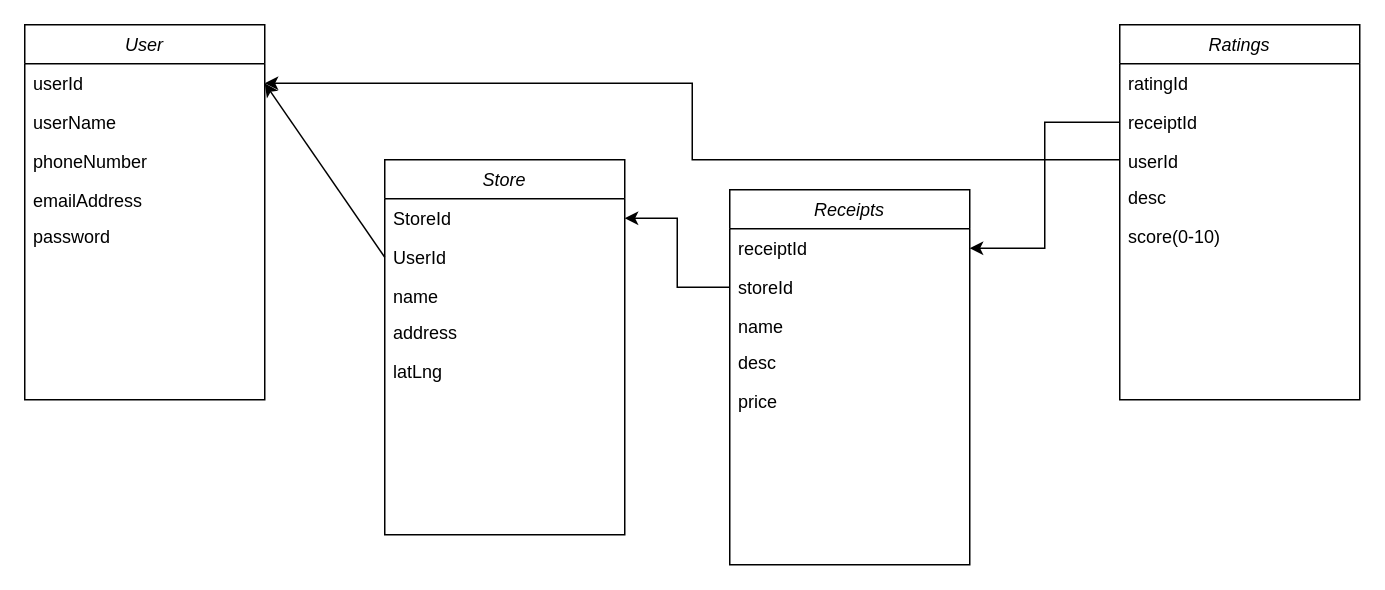
Before: Foodie-Go-Class-Diagram.drawio in BlakePatterson/Foodie-Go, a draw.io diagram. Source tidied: cells renumbered, new cells numbered last; positions are measured from the earlier drawing's top-left corner, leaving out a move shared by most shapes. Both pictures are drawn from the tidied source at 150%, with x=0, y=0 at pixel (24, 24).
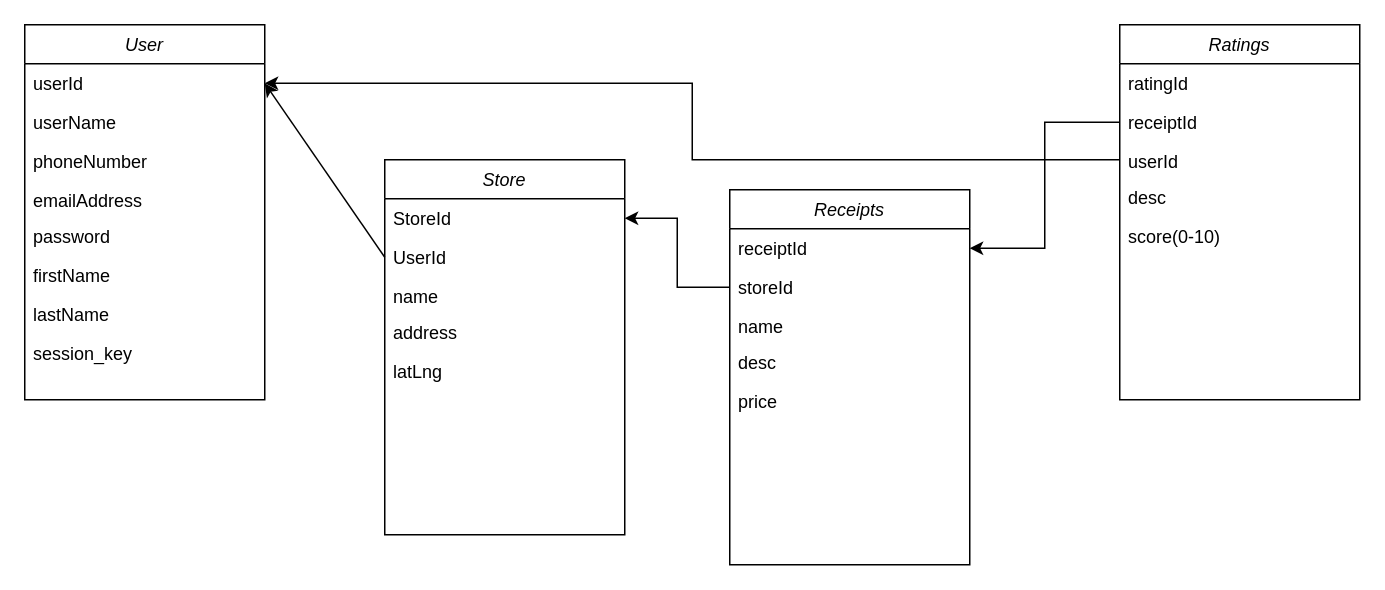
After the change.

Unchanged cells that the change refers to:
```xml
<mxCell id="2" value="User" style="swimlane;fontStyle=2;align=center;verticalAlign=top;horizontal=1;startSize=26;rounded=0;shadow=0;strokeWidth=1;" parent="1" vertex="1">
  <mxGeometry width="160" height="250" as="geometry" />
</mxCell>
```

Diff of the diagram source:
```diff
@@
+    <mxCell id="30" value="firstName" style="text;align=left;verticalAlign=top;spacingLeft=4;spacingRight=4;overflow=hidden;rounded=0;shadow=0;html=0;" parent="2" vertex="1">
+      <mxGeometry y="154" width="160" height="26" as="geometry" />
+    </mxCell>
+    <mxCell id="31" value="lastName" style="text;align=left;verticalAlign=top;spacingLeft=4;spacingRight=4;overflow=hidden;rounded=0;shadow=0;html=0;" parent="2" vertex="1">
+      <mxGeometry y="180" width="160" height="26" as="geometry" />
+    </mxCell>
+    <mxCell id="32" value="session_key" style="text;align=left;verticalAlign=top;spacingLeft=4;spacingRight=4;overflow=hidden;rounded=0;shadow=0;html=0;" parent="2" vertex="1">
+      <mxGeometry y="206" width="160" height="26" as="geometry" />
+    </mxCell>
```
